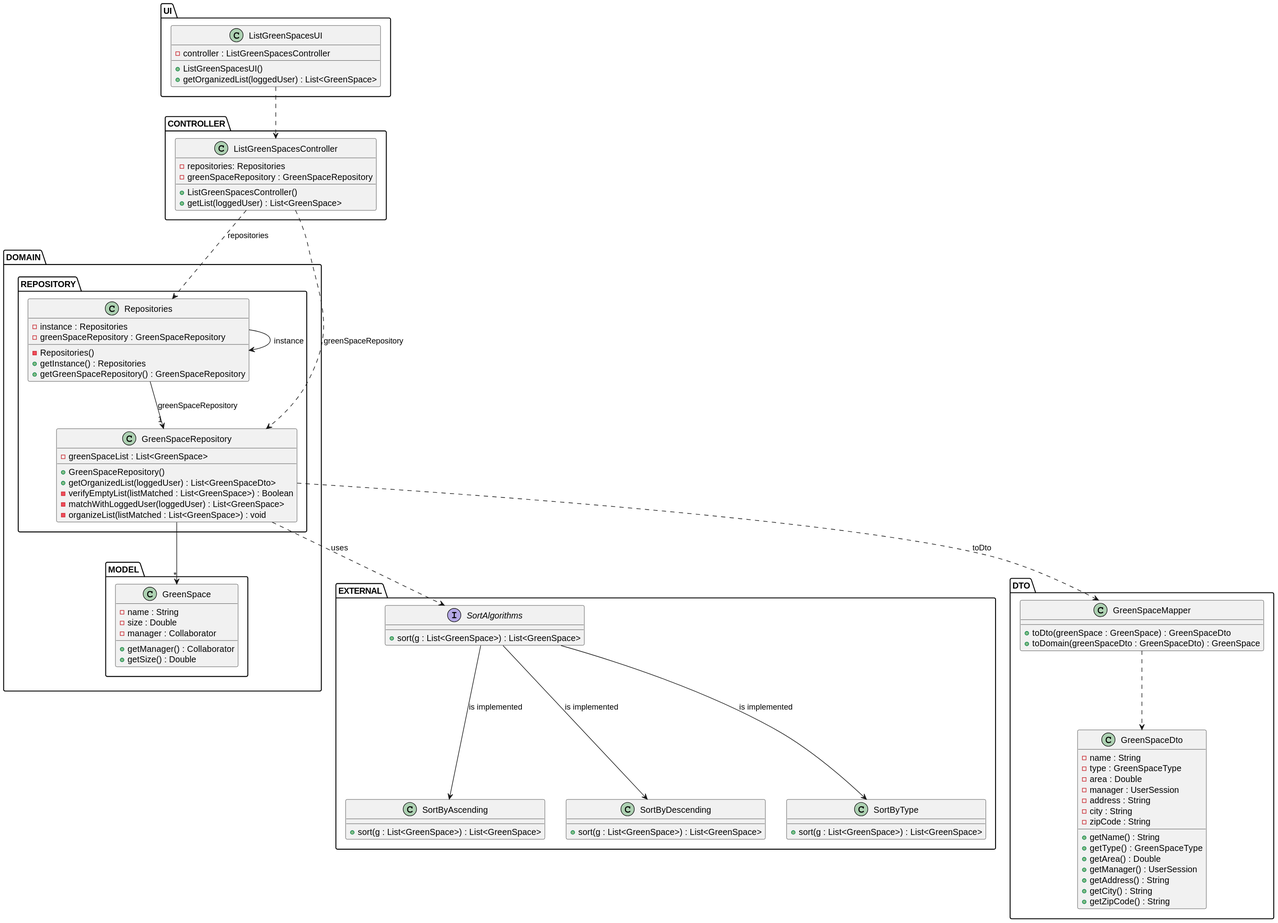
This is docs/sprintC/us027/03.design/svg/us027-class-diagram.svg from ricardomm7/leaflink, a PlantUML export, as it was before one commit.
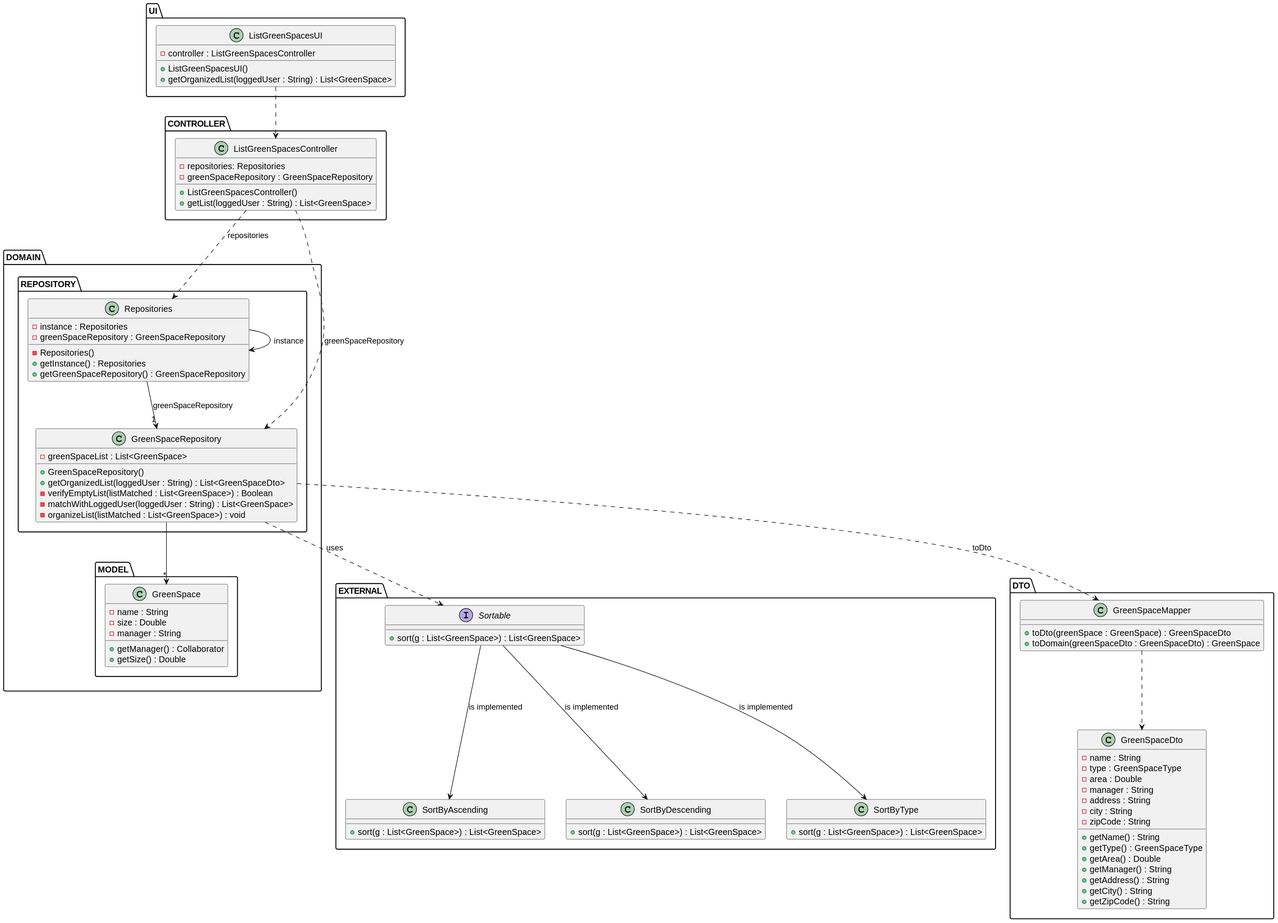
Later version of the same file.

What changed in the source:
```diff
@@ -6,7 +6,7 @@
     class ListGreenSpacesUI {
         - controller : ListGreenSpacesController
         + ListGreenSpacesUI()
-        + getOrganizedList(loggedUser) : List<GreenSpace>
+        + getOrganizedList(loggedUser : String) : List<GreenSpace>
     }
 }
 package CONTROLLER {
@@ -15,7 +15,7 @@
         - greenSpaceRepository : GreenSpaceRepository
 
         + ListGreenSpacesController()
-        +getList(loggedUser) : List<GreenSpace>
+        +getList(loggedUser : String) : List<GreenSpace>
     }
 }
 package DOMAIN{
@@ -31,9 +31,9 @@
     class GreenSpaceRepository {
         - greenSpaceList : List<GreenSpace>
         + GreenSpaceRepository()
-        + getOrganizedList(loggedUser) : List<GreenSpaceDto>
+        + getOrganizedList(loggedUser : String) : List<GreenSpaceDto>
         - verifyEmptyList(listMatched : List<GreenSpace>) : Boolean
-        - matchWithLoggedUser(loggedUser) : List<GreenSpace>
+        - matchWithLoggedUser(loggedUser : String) : List<GreenSpace>
         - organizeList(listMatched : List<GreenSpace>) : void
     }
     }
@@ -41,14 +41,14 @@
     class GreenSpace {
         - name : String
         - size : Double
-        - manager : Collaborator
+        - manager : String
         + getManager() : Collaborator
         + getSize() : Double
     }
     }
     }
     package EXTERNAL{
-    interface SortAlgorithms{
+    interface Sortable{
     +sort(g : List<GreenSpace>) : List<GreenSpace>
     }
     class SortByAscending{
@@ -66,14 +66,14 @@
                 - name : String
                 - type : GreenSpaceType
                 - area : Double
-                - manager : UserSession
+                - manager : String
                 - address : String
                 - city : String
                 - zipCode : String
                 + getName() : String
                 + getType() : GreenSpaceType
                 + getArea() : Double
-                + getManager() : UserSession
+                + getManager() : String
                 + getAddress() : String
                 + getCity() : String
                 + getZipCode() : String
@@ -94,8 +94,8 @@
 GreenSpaceRepository -->"*" GreenSpace
 GreenSpaceRepository ..> GreenSpaceMapper : toDto
 GreenSpaceMapper ..> GreenSpaceDto
-GreenSpaceRepository ..> SortAlgorithms : uses
-SortAlgorithms --> SortByAscending : is implemented
-SortAlgorithms --> SortByDescending : is implemented
-SortAlgorithms --> SortByType : is implemented
+GreenSpaceRepository ..> Sortable : uses
+Sortable --> SortByAscending : is implemented
+Sortable --> SortByDescending : is implemented
+Sortable --> SortByType : is implemented
 @enduml
```
